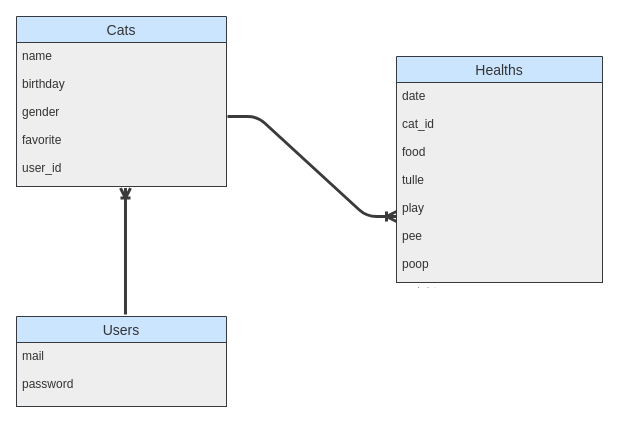
Above: cat_record.dio in yuka52/cat_record (draw.io), before the change. Source tidied: cells renumbered, new cells numbered last; positions are measured from the earlier drawing's top-left corner, leaving out a move shared by most shapes. Both pictures are drawn from the tidied source at 100%, with x=0, y=0 at pixel (16, 16).
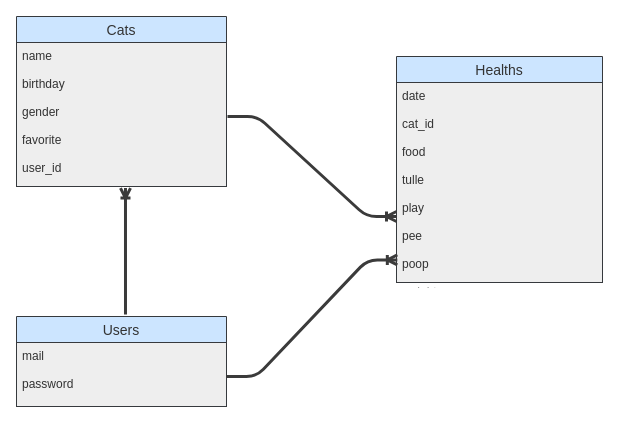
After the change.

The edit, as a diff of the source:
```diff
@@
 <mxGraphModel background="#ffffff">
   <root>
     <mxCell id="0" />
     <mxCell id="1" parent="0" />
     <mxCell id="2" value="Cats" style="swimlane;fontStyle=0;horizontal=1;startSize=26;align=center;fontSize=14;fillColor=#cce5ff;strokeColor=#36393d;strokeWidth=1;fontColor=#333333;" parent="1" vertex="1">
       <mxGeometry width="210" height="170" as="geometry" />
     </mxCell>
     <mxCell id="3" value="name&#10;&#10;birthday&#10;&#10;gender&#10;&#10;favorite&#10;&#10;user_id" style="text;strokeColor=#36393d;fillColor=#eeeeee;spacingLeft=4;spacingRight=4;overflow=hidden;points=[[0,0.5],[1,0.5]];portConstraint=eastwest;fontSize=12;fontColor=#333333;" parent="2" vertex="1">
       <mxGeometry y="26" width="210" height="144" as="geometry" />
     </mxCell>
     <mxCell id="4" value="Healths" style="swimlane;fontStyle=0;horizontal=1;startSize=26;align=center;fontSize=14;fillColor=#cce5ff;strokeColor=#36393d;labelBackgroundColor=none;strokeWidth=1;fontColor=#333333;" parent="1" vertex="1">
       <mxGeometry x="380" y="40" width="206" height="226" as="geometry" />
     </mxCell>
     <mxCell id="5" value="date&#10;&#10;cat_id&#10;&#10;food&#10;&#10;tulle&#10;&#10;play&#10;&#10;pee&#10;&#10;poop&#10;&#10;weight&#10;&#10;comment&#10;&#10;" style="text;strokeColor=#36393d;fillColor=#eeeeee;spacingLeft=4;spacingRight=4;overflow=hidden;points=[[0,0.5],[1,0.5]];portConstraint=eastwest;fontSize=12;strokeWidth=1;fontColor=#333333;" parent="4" vertex="1">
       <mxGeometry y="26" width="206" height="200" as="geometry" />
     </mxCell>
     <mxCell id="6" value="Users" style="swimlane;fontStyle=0;horizontal=1;startSize=26;align=center;fontSize=14;fillColor=#cce5ff;strokeColor=#36393d;strokeWidth=1;fontColor=#333333;" parent="1" vertex="1">
       <mxGeometry y="300" width="210" height="90" as="geometry" />
     </mxCell>
     <mxCell id="7" value="mail&#10;&#10;password" style="text;strokeColor=#36393d;fillColor=#eeeeee;spacingLeft=4;spacingRight=4;overflow=hidden;fontSize=12;fontColor=#333333;" parent="6" vertex="1">
       <mxGeometry y="26" width="210" height="64" as="geometry" />
     </mxCell>
     <mxCell id="8" style="fontSize=12;html=1;endArrow=ERoneToMany;entryX=0.519;entryY=1.011;entryDx=0;entryDy=0;entryPerimeter=0;strokeWidth=3;strokeColor=#3B3B3B;" parent="1" edge="1" target="3">
       <mxGeometry relative="1" as="geometry">
         <mxPoint x="109" y="298" as="sourcePoint" />
       </mxGeometry>
     </mxCell>
     <mxCell id="9" style="edgeStyle=entityRelationEdgeStyle;fontSize=12;html=1;endArrow=ERoneToMany;strokeWidth=3;strokeColor=#3B3B3B;" parent="1" edge="1">
       <mxGeometry relative="1" as="geometry">
         <mxPoint x="211" y="100" as="sourcePoint" />
         <mxPoint x="380" y="200" as="targetPoint" />
       </mxGeometry>
     </mxCell>
+    <mxCell id="10" style="edgeStyle=entityRelationEdgeStyle;fontSize=12;html=1;endArrow=ERoneToMany;entryX=0.004;entryY=0.887;entryDx=0;entryDy=0;entryPerimeter=0;fontColor=#3B3B3B;labelBackgroundColor=none;strokeColor=#3B3B3B;strokeWidth=3;" parent="1" edge="1" target="5">
+      <mxGeometry relative="1" as="geometry">
+        <mxPoint x="210" y="360" as="sourcePoint" />
+      </mxGeometry>
+    </mxCell>
   </root>
 </mxGraphModel>
```
